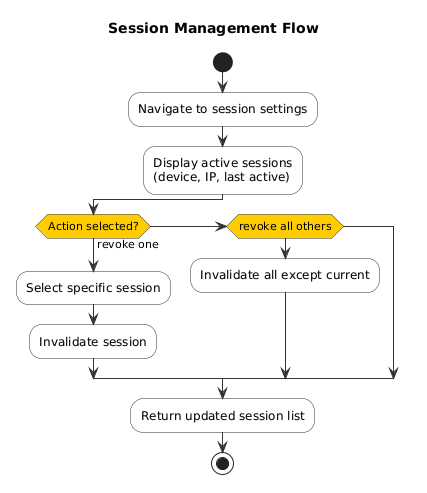
namnh240795/document keeps this PlantUML diagram as modules/dist/auth/images/activity/session-management-activity.png. Above is the earlier version.
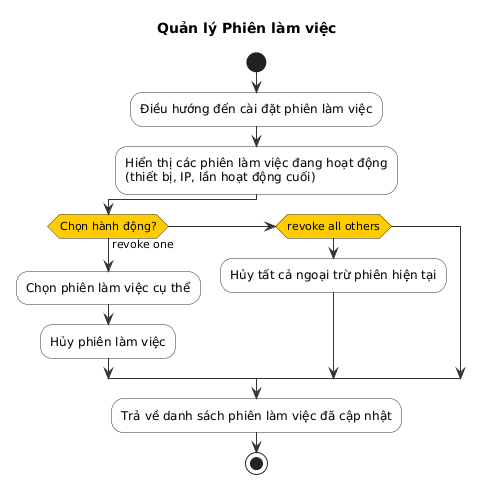
Later version of the same file.

Diff of the diagram source:
```diff
@@ -8,22 +8,22 @@
   DiamondBorderColor #333333
 }
 
-title Session Management Flow
+title Quản lý Phiên làm việc
 
 start
 
-:Navigate to session settings;
+:Điều hướng đến cài đặt phiên làm việc;
 
-:Display active sessions\n(device, IP, last active);
+:Hiển thị các phiên làm việc đang hoạt động\n(thiết bị, IP, lần hoạt động cuối);
 
-if (Action selected?) then (revoke one)
-  :Select specific session;
-  :Invalidate session;
+if (Chọn hành động?) then (revoke one)
+  :Chọn phiên làm việc cụ thể;
+  :Hủy phiên làm việc;
 elseif (revoke all others) then
-  :Invalidate all except current;
+  :Hủy tất cả ngoại trừ phiên hiện tại;
 endif
 
-:Return updated session list;
+:Trả về danh sách phiên làm việc đã cập nhật;
 
 stop
 
```
